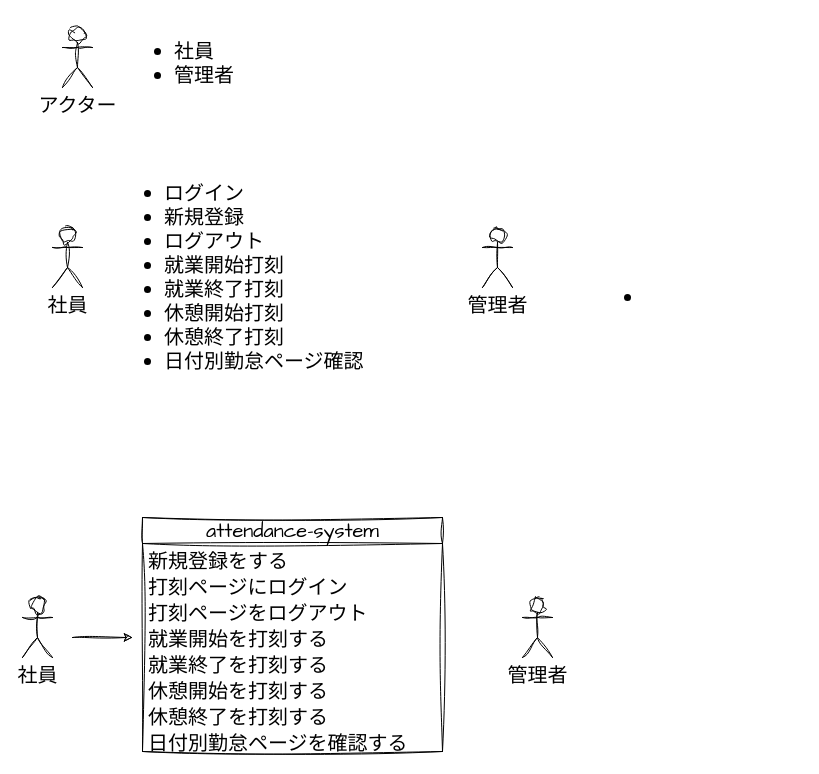
Before: use-case.drawio.drawio in fujico23/atte-system, a draw.io diagram. Source tidied: cells renumbered, new cells numbered last; positions are measured from the earlier drawing's top-left corner, leaving out a move shared by most shapes. Both pictures are drawn from the tidied source at 100%, with x=0, y=0 at pixel (22, 17).
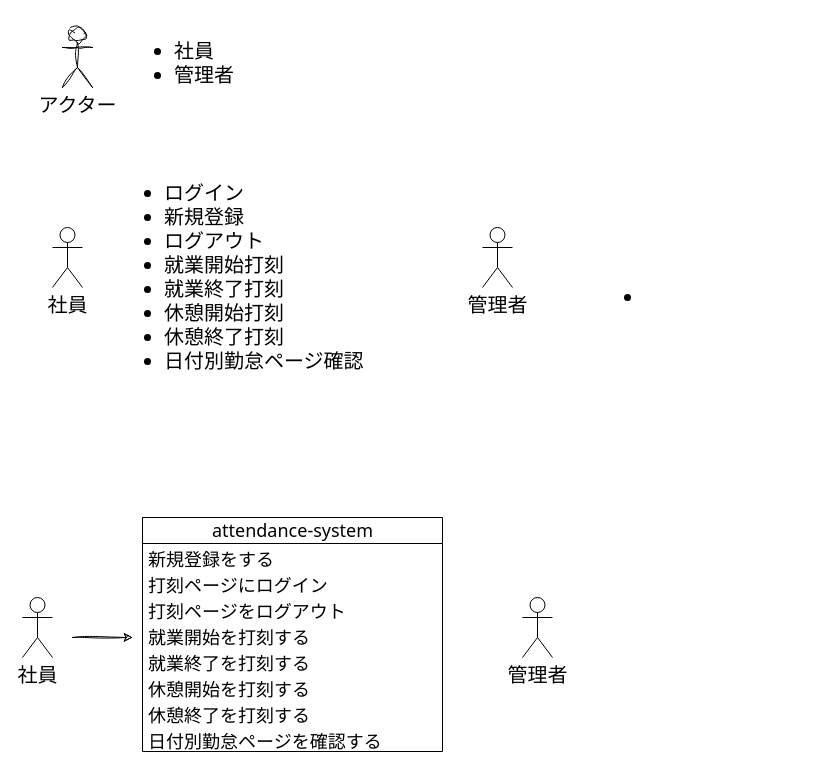
The same page after the edit.

What changed in the source:
```diff
@@
-    <mxCell id="2" value="社員" style="shape=umlActor;html=1;verticalLabelPosition=bottom;verticalAlign=top;align=center;sketch=1;hachureGap=4;jiggle=2;curveFitting=1;fontFamily=Architects Daughter;fontSize=20;" parent="1" vertex="1">
+    <mxCell id="2" value="社員" style="shape=umlActor;html=1;verticalLabelPosition=bottom;verticalAlign=top;align=center;hachureGap=4;fontFamily=Architects Daughter;fontSize=20;" parent="1" vertex="1">
       <mxGeometry y="580" width="30" height="60" as="geometry" />
     </mxCell>
-    <mxCell id="3" value="attendance-system" style="swimlane;fontStyle=0;horizontal=1;startSize=26;fillColor=none;html=1;sketch=1;hachureGap=4;jiggle=2;curveFitting=1;fontFamily=Architects Daughter;fontSize=20;" parent="1" vertex="1">
+    <mxCell id="3" value="attendance-system" style="swimlane;fontStyle=0;horizontal=1;startSize=26;fillColor=none;html=1;hachureGap=4;fontFamily=Tahoma;fontSize=18;" parent="1" vertex="1">
       <mxGeometry x="120" y="500" width="300" height="234" as="geometry" />
     </mxCell>
-    <mxCell id="4" value="新規登録をする" style="text;strokeColor=none;fillColor=none;align=left;verticalAlign=top;spacingLeft=4;spacingRight=4;overflow=hidden;whiteSpace=wrap;html=1;sketch=1;hachureGap=4;jiggle=2;curveFitting=1;fontFamily=Architects Daughter;fontSize=20;" parent="3" vertex="1">
+    <mxCell id="4" value="新規登録をする" style="text;strokeColor=none;fillColor=none;align=left;verticalAlign=top;spacingLeft=4;spacingRight=4;overflow=hidden;whiteSpace=wrap;html=1;sketch=1;hachureGap=4;jiggle=2;curveFitting=1;fontFamily=Architects Daughter;fontSize=18;" parent="3" vertex="1">
       <mxGeometry y="26" width="300" height="26" as="geometry" />
     </mxCell>
-    <mxCell id="5" value="打刻ページにログイン" style="text;strokeColor=none;fillColor=none;align=left;verticalAlign=top;spacingLeft=4;spacingRight=4;overflow=hidden;whiteSpace=wrap;html=1;sketch=1;hachureGap=4;jiggle=2;curveFitting=1;fontFamily=Architects Daughter;fontSize=20;" parent="3" vertex="1">
+    <mxCell id="5" value="打刻ページにログイン" style="text;strokeColor=none;fillColor=none;align=left;verticalAlign=top;spacingLeft=4;spacingRight=4;overflow=hidden;whiteSpace=wrap;html=1;sketch=1;hachureGap=4;jiggle=2;curveFitting=1;fontFamily=Architects Daughter;fontSize=18;" parent="3" vertex="1">
       <mxGeometry y="52" width="300" height="26" as="geometry" />
     </mxCell>
-    <mxCell id="6" value="打刻ページをログアウト" style="text;strokeColor=none;fillColor=none;align=left;verticalAlign=top;spacingLeft=4;spacingRight=4;overflow=hidden;whiteSpace=wrap;html=1;sketch=1;hachureGap=4;jiggle=2;curveFitting=1;fontFamily=Architects Daughter;fontSize=20;" parent="3" vertex="1">
+    <mxCell id="6" value="打刻ページをログアウト" style="text;strokeColor=none;fillColor=none;align=left;verticalAlign=top;spacingLeft=4;spacingRight=4;overflow=hidden;whiteSpace=wrap;html=1;sketch=1;hachureGap=4;jiggle=2;curveFitting=1;fontFamily=Architects Daughter;fontSize=18;" parent="3" vertex="1">
       <mxGeometry y="78" width="300" height="26" as="geometry" />
     </mxCell>
-    <mxCell id="7" value="就業開始を打刻する" style="text;strokeColor=none;fillColor=none;align=left;verticalAlign=top;spacingLeft=4;spacingRight=4;overflow=hidden;whiteSpace=wrap;html=1;sketch=1;hachureGap=4;jiggle=2;curveFitting=1;fontFamily=Architects Daughter;fontSize=20;" parent="3" vertex="1">
+    <mxCell id="7" value="就業開始を打刻する" style="text;strokeColor=none;fillColor=none;align=left;verticalAlign=top;spacingLeft=4;spacingRight=4;overflow=hidden;whiteSpace=wrap;html=1;sketch=1;hachureGap=4;jiggle=2;curveFitting=1;fontFamily=Architects Daughter;fontSize=18;" parent="3" vertex="1">
       <mxGeometry y="104" width="300" height="26" as="geometry" />
     </mxCell>
-    <mxCell id="8" value="就業終了を打刻する" style="text;strokeColor=none;fillColor=none;align=left;verticalAlign=top;spacingLeft=4;spacingRight=4;overflow=hidden;whiteSpace=wrap;html=1;sketch=1;hachureGap=4;jiggle=2;curveFitting=1;fontFamily=Architects Daughter;fontSize=20;" parent="3" vertex="1">
+    <mxCell id="8" value="就業終了を打刻する" style="text;strokeColor=none;fillColor=none;align=left;verticalAlign=top;spacingLeft=4;spacingRight=4;overflow=hidden;whiteSpace=wrap;html=1;sketch=1;hachureGap=4;jiggle=2;curveFitting=1;fontFamily=Architects Daughter;fontSize=18;" parent="3" vertex="1">
       <mxGeometry y="130" width="300" height="26" as="geometry" />
     </mxCell>
-    <mxCell id="9" value="休憩開始を打刻する" style="text;strokeColor=none;fillColor=none;align=left;verticalAlign=top;spacingLeft=4;spacingRight=4;overflow=hidden;whiteSpace=wrap;html=1;sketch=1;hachureGap=4;jiggle=2;curveFitting=1;fontFamily=Architects Daughter;fontSize=20;" parent="3" vertex="1">
+    <mxCell id="9" value="休憩開始を打刻する" style="text;strokeColor=none;fillColor=none;align=left;verticalAlign=top;spacingLeft=4;spacingRight=4;overflow=hidden;whiteSpace=wrap;html=1;sketch=1;hachureGap=4;jiggle=2;curveFitting=1;fontFamily=Architects Daughter;fontSize=18;" parent="3" vertex="1">
       <mxGeometry y="156" width="300" height="26" as="geometry" />
     </mxCell>
-    <mxCell id="10" value="休憩終了を打刻する" style="text;strokeColor=none;fillColor=none;align=left;verticalAlign=top;spacingLeft=4;spacingRight=4;overflow=hidden;whiteSpace=wrap;html=1;sketch=1;hachureGap=4;jiggle=2;curveFitting=1;fontFamily=Architects Daughter;fontSize=20;" parent="3" vertex="1">
+    <mxCell id="10" value="休憩終了を打刻する" style="text;strokeColor=none;fillColor=none;align=left;verticalAlign=top;spacingLeft=4;spacingRight=4;overflow=hidden;whiteSpace=wrap;html=1;sketch=1;hachureGap=4;jiggle=2;curveFitting=1;fontFamily=Architects Daughter;fontSize=18;" parent="3" vertex="1">
       <mxGeometry y="182" width="300" height="26" as="geometry" />
     </mxCell>
-    <mxCell id="11" value="日付別勤怠ページを確認する" style="text;strokeColor=none;fillColor=none;align=left;verticalAlign=top;spacingLeft=4;spacingRight=4;overflow=hidden;whiteSpace=wrap;html=1;sketch=1;hachureGap=4;jiggle=2;curveFitting=1;fontFamily=Architects Daughter;fontSize=20;" parent="3" vertex="1">
+    <mxCell id="11" value="日付別勤怠ページを確認する" style="text;strokeColor=none;fillColor=none;align=left;verticalAlign=top;spacingLeft=4;spacingRight=4;overflow=hidden;whiteSpace=wrap;html=1;sketch=1;hachureGap=4;jiggle=2;curveFitting=1;fontFamily=Architects Daughter;fontSize=18;" parent="3" vertex="1">
       <mxGeometry y="208" width="300" height="26" as="geometry" />
     </mxCell>
-    <mxCell id="12" value="管理者" style="shape=umlActor;html=1;verticalLabelPosition=bottom;verticalAlign=top;align=center;sketch=1;hachureGap=4;jiggle=2;curveFitting=1;fontFamily=Architects Daughter;fontSize=20;" parent="1" vertex="1">
+    <mxCell id="12" value="管理者" style="shape=umlActor;html=1;verticalLabelPosition=bottom;verticalAlign=top;align=center;hachureGap=4;fontFamily=Architects Daughter;fontSize=20;" parent="1" vertex="1">
       <mxGeometry x="500" y="580" width="30" height="60" as="geometry" />
     </mxCell>
@@
-    <mxCell id="17" value="社員" style="shape=umlActor;html=1;verticalLabelPosition=bottom;verticalAlign=top;align=center;sketch=1;hachureGap=4;jiggle=2;curveFitting=1;fontFamily=Architects Daughter;fontSize=20;" parent="1" vertex="1">
+    <mxCell id="17" value="社員" style="shape=umlActor;html=1;verticalLabelPosition=bottom;verticalAlign=top;align=center;hachureGap=4;fontFamily=Architects Daughter;fontSize=20;" parent="1" vertex="1">
       <mxGeometry x="30" y="210" width="30" height="60" as="geometry" />
     </mxCell>
-    <mxCell id="18" value="管理者" style="shape=umlActor;html=1;verticalLabelPosition=bottom;verticalAlign=top;align=center;sketch=1;hachureGap=4;jiggle=2;curveFitting=1;fontFamily=Architects Daughter;fontSize=20;" parent="1" vertex="1">
+    <mxCell id="18" value="管理者" style="shape=umlActor;html=1;verticalLabelPosition=bottom;verticalAlign=top;align=center;hachureGap=4;fontFamily=Architects Daughter;fontSize=20;" parent="1" vertex="1">
       <mxGeometry x="460" y="210" width="30" height="60" as="geometry" />
     </mxCell>
```
